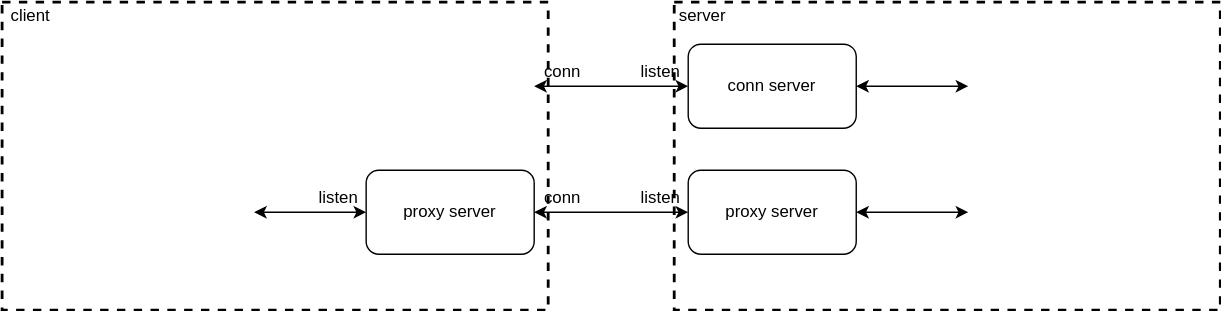
Above: tc_网络模块.svg in c17abab/diag_pics (draw.io), before the change. Source tidied: cells renumbered, new cells last; positions are measured from the earlier drawing's top-left corner, leaving out a move shared by most shapes.
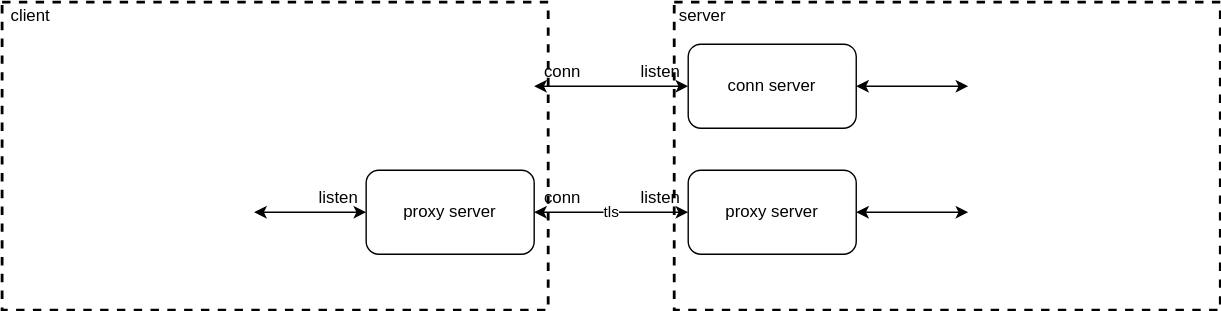
Later version of the same file.

Commit message:
更新tc_网络模块.svg

What changed in the source:
```diff
@@ -19,7 +19,7 @@
         <mxPoint x="380" y="60" as="sourcePoint" />
       </mxGeometry>
     </mxCell>
-    <mxCell id="7" style="edgeStyle=orthogonalEdgeStyle;rounded=0;jettySize=auto;html=1;startArrow=classic;startFill=1;" parent="1" edge="1" source="9" target="13">
+    <mxCell id="7" value="tls" style="edgeStyle=orthogonalEdgeStyle;rounded=0;jettySize=auto;html=1;startArrow=classic;startFill=1;" parent="1" edge="1" source="9" target="13">
       <mxGeometry relative="1" as="geometry" />
     </mxCell>
     <mxCell id="8" style="edgeStyle=none;rounded=0;jettySize=auto;html=1;startArrow=classic;startFill=1;" parent="1" edge="1" source="9">
```
